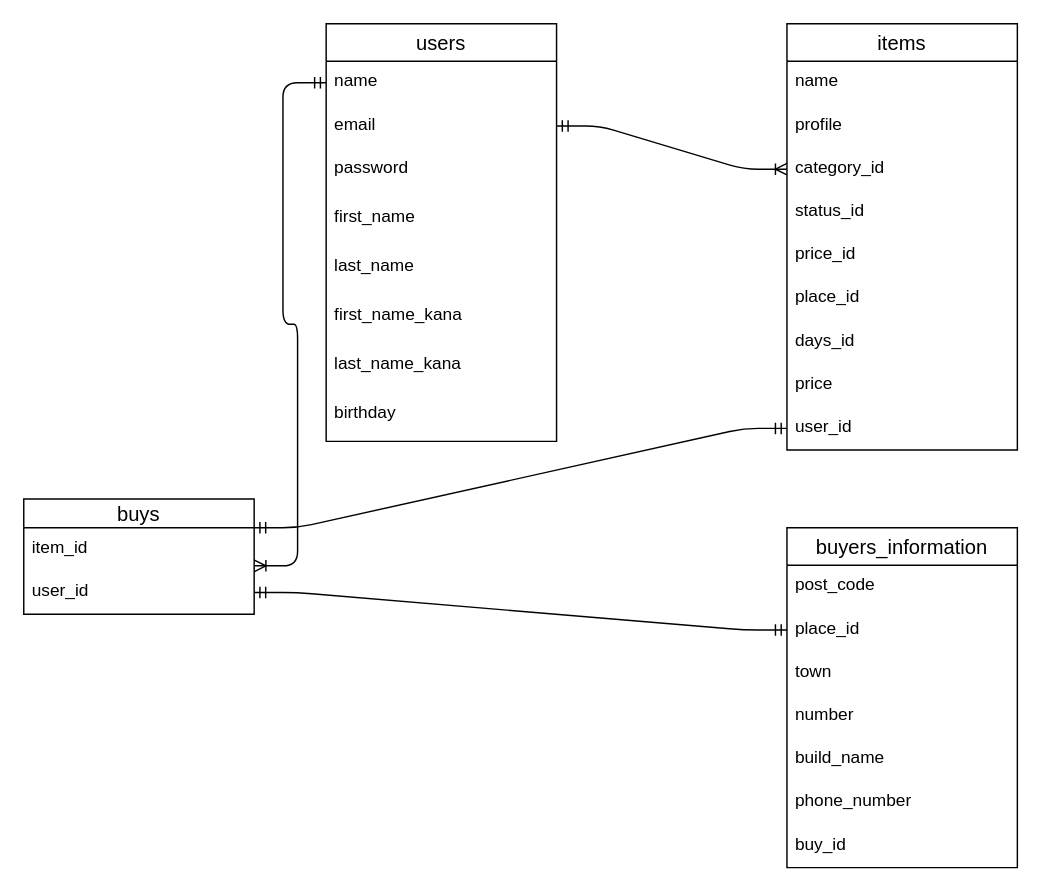
Earlier version of the draw.io diagram config/test.dio (ryo19861210/furima-37671). Source tidied: cells renumbered, new cells numbered last; positions are measured from the earlier drawing's top-left corner, leaving out a move shared by most shapes. Both pictures are drawn from the tidied source at 144%, with x=0, y=0 at pixel (23, 23).
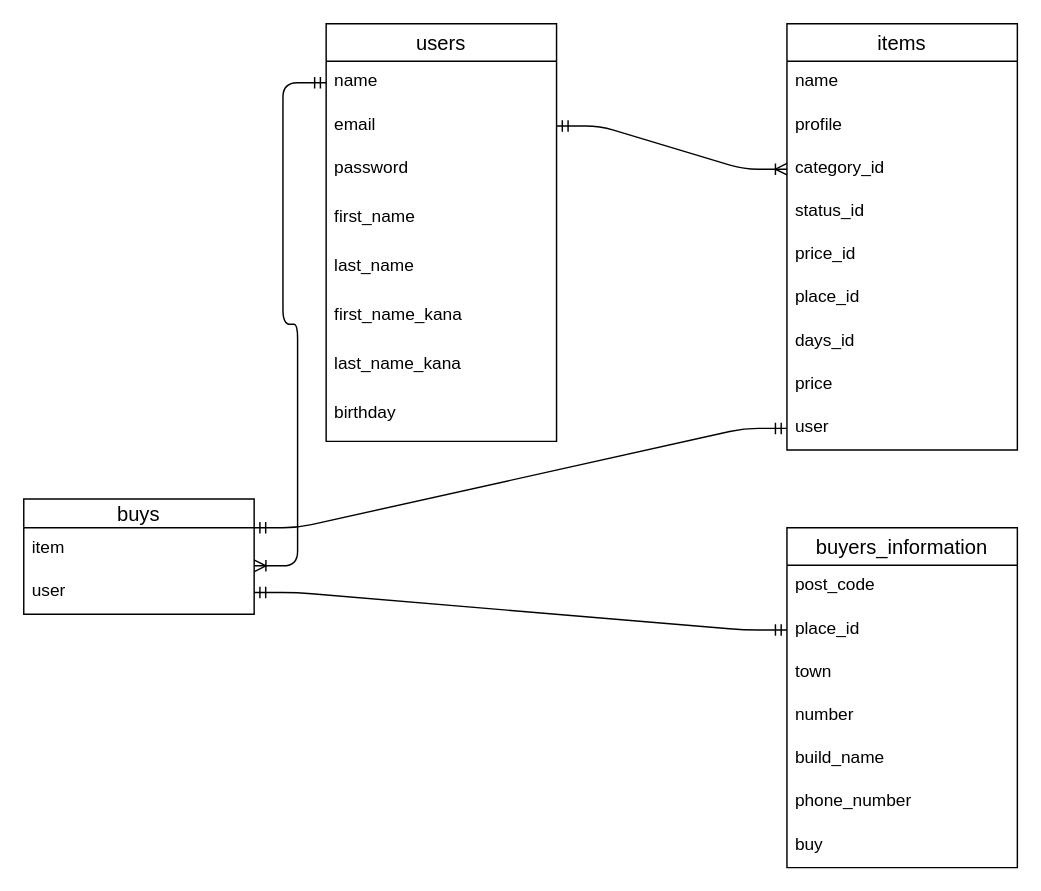
Above is the later version.

Commit message:
データベース設計６回目

The change refers to these unchanged cells:
```xml
<mxCell id="11" value="items" style="swimlane;fontStyle=0;horizontal=1;startSize=26;align=center;fontSize=14;" parent="1" vertex="1">
  <mxGeometry x="530" width="160" height="296" as="geometry" />
</mxCell>
<mxCell id="21" value="buys" style="swimlane;fontStyle=0;horizontal=1;startSize=20;align=center;fontSize=14;" parent="1" vertex="1">
  <mxGeometry y="330" width="160" height="80" as="geometry" />
</mxCell>
<mxCell id="24" value="buyers_information" style="swimlane;fontStyle=0;horizontal=1;startSize=26;align=center;fontSize=14;" parent="1" vertex="1">
  <mxGeometry x="530" y="350" width="160" height="236" as="geometry" />
</mxCell>
```

Diff of the diagram source:
```diff
@@
-    <mxCell id="20" value="user_id" style="text;strokeColor=none;fillColor=none;spacingLeft=4;spacingRight=4;overflow=hidden;points=[[0,0.5],[1,0.5]];portConstraint=eastwest;fontSize=12;" parent="11" vertex="1">
+    <mxCell id="20" value="user" style="text;strokeColor=none;fillColor=none;spacingLeft=4;spacingRight=4;overflow=hidden;points=[[0,0.5],[1,0.5]];portConstraint=eastwest;fontSize=12;" parent="11" vertex="1">
       <mxGeometry y="266" width="160" height="30" as="geometry" />
     </mxCell>
@@
-    <mxCell id="22" value="item_id" style="text;strokeColor=none;fillColor=none;spacingLeft=4;spacingRight=4;overflow=hidden;fontSize=12;" parent="21" vertex="1">
+    <mxCell id="22" value="item" style="text;strokeColor=none;fillColor=none;spacingLeft=4;spacingRight=4;overflow=hidden;fontSize=12;" parent="21" vertex="1">
       <mxGeometry y="20" width="160" height="30" as="geometry" />
     </mxCell>
-    <mxCell id="23" value="user_id" style="text;strokeColor=none;fillColor=none;spacingLeft=4;spacingRight=4;overflow=hidden;points=[[0,0.5],[1,0.5]];portConstraint=eastwest;fontSize=12;" parent="21" vertex="1">
+    <mxCell id="23" value="user" style="text;strokeColor=none;fillColor=none;spacingLeft=4;spacingRight=4;overflow=hidden;points=[[0,0.5],[1,0.5]];portConstraint=eastwest;fontSize=12;" parent="21" vertex="1">
       <mxGeometry y="50" width="160" height="30" as="geometry" />
     </mxCell>
@@
-    <mxCell id="31" value="buy_id" style="text;strokeColor=none;fillColor=none;spacingLeft=4;spacingRight=4;overflow=hidden;fontSize=12;" parent="24" vertex="1">
+    <mxCell id="31" value="buy" style="text;strokeColor=none;fillColor=none;spacingLeft=4;spacingRight=4;overflow=hidden;fontSize=12;" parent="24" vertex="1">
       <mxGeometry y="206" width="160" height="30" as="geometry" />
     </mxCell>
```
